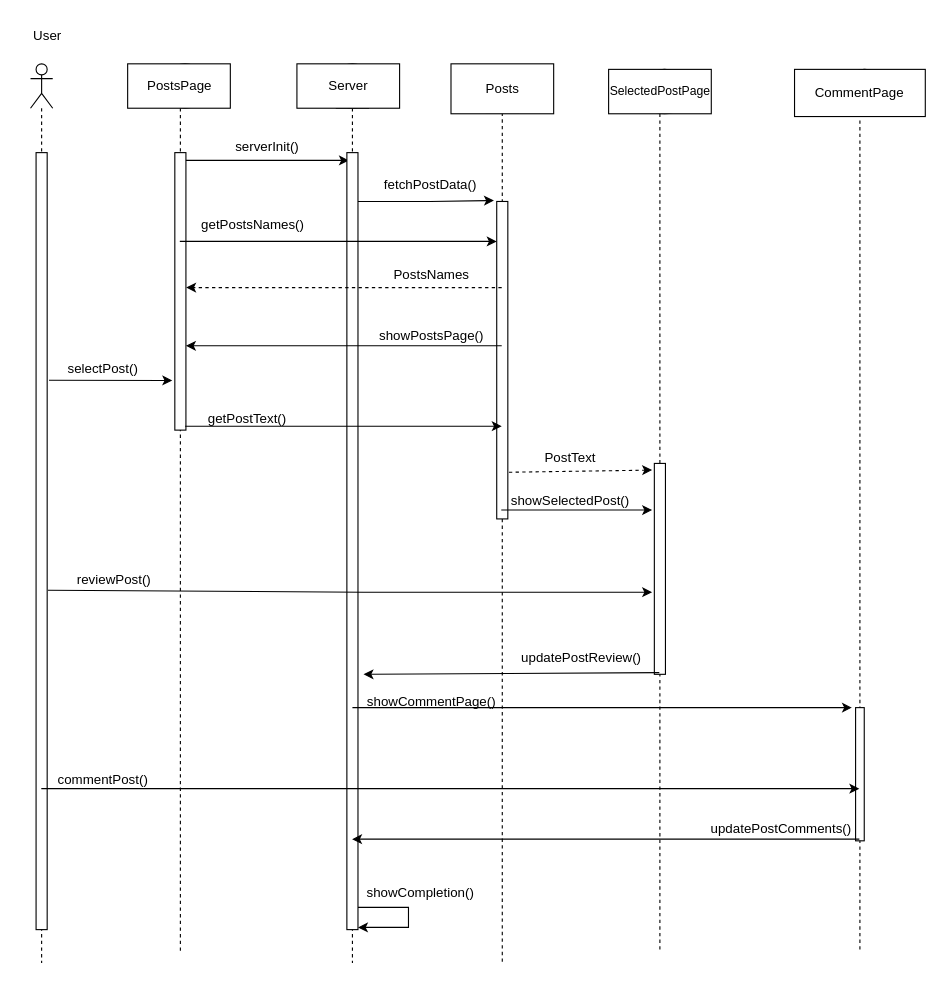
The draw.io diagram ΤΕΛΙΚΟ ΠΑΡΑΔΟΤΕΟ/Sequence-diagrams-v1.0/sd_ανάγνωση_και_αξιολόγηση_αναρτ_χρηστών.drawio in Dionkaps/Eu-Zin, before the edit. Source tidied: cells renumbered, new cells numbered last; positions are measured from the earlier drawing's top-left corner, leaving out a move shared by most shapes. Both pictures are drawn from the tidied source at 111%, with x=0, y=0 at pixel (19, 19).
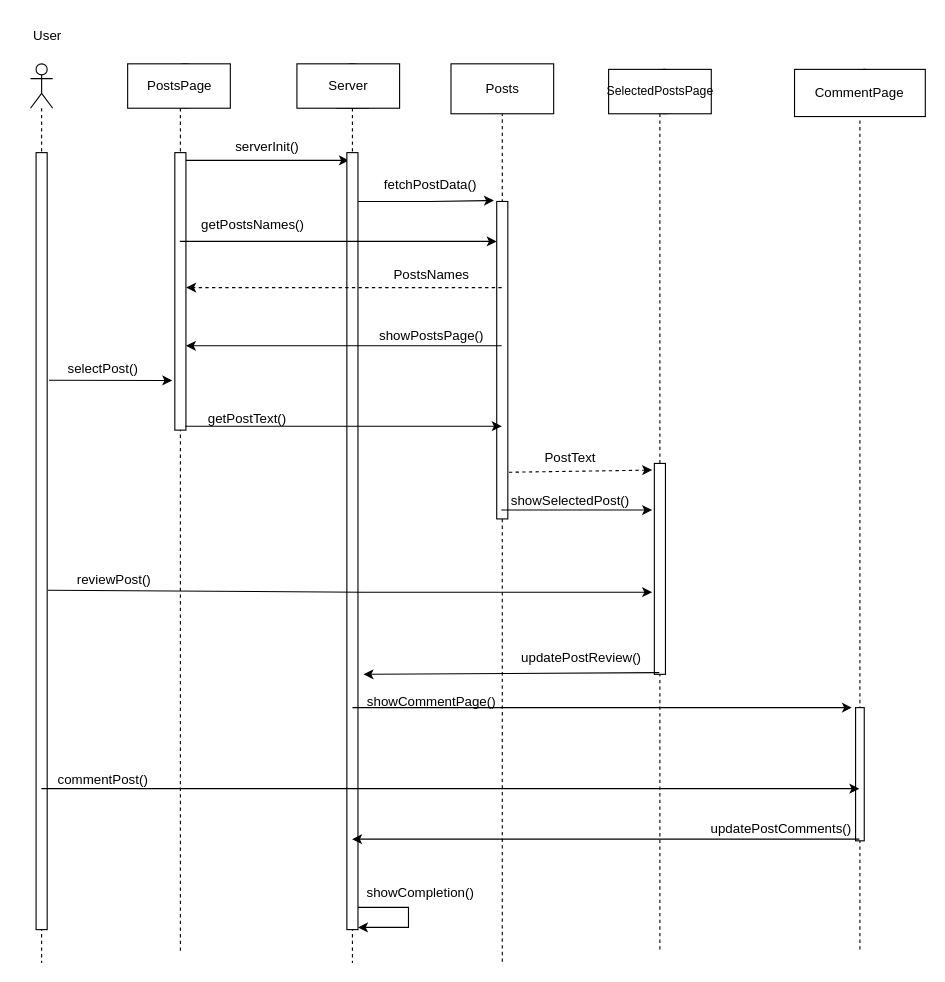
Above is the later version.

Change to the diagram source:
```diff
@@
-    <mxCell id="27" value="&lt;font style=&quot;font-size: 11px;&quot;&gt;SelectedPostPage&lt;/font&gt;" style="rounded=0;whiteSpace=wrap;html=1;" parent="1" vertex="1">
+    <mxCell id="27" value="&lt;font style=&quot;font-size: 11px;&quot;&gt;SelectedPostsPage&lt;/font&gt;" style="rounded=0;whiteSpace=wrap;html=1;" parent="1" vertex="1">
       <mxGeometry x="530.8" y="45" width="92.5" height="40" as="geometry" />
     </mxCell>
```
